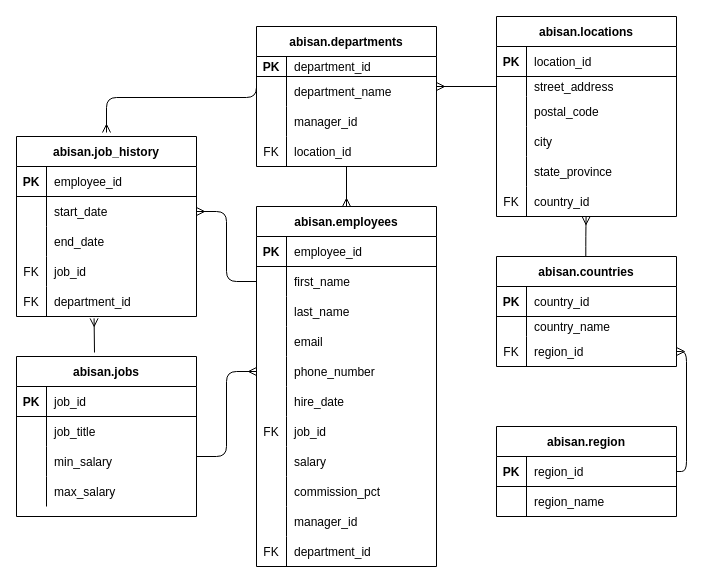
Before: Untitled Diagram.drawio in Abisan-AP/CreatingERDs, a draw.io diagram. Source tidied: cells renumbered, new cells numbered last; positions are measured from the earlier drawing's top-left corner, leaving out a move shared by most shapes. Both pictures are drawn from the tidied source at 100%, with x=0, y=0 at pixel (16, 16).
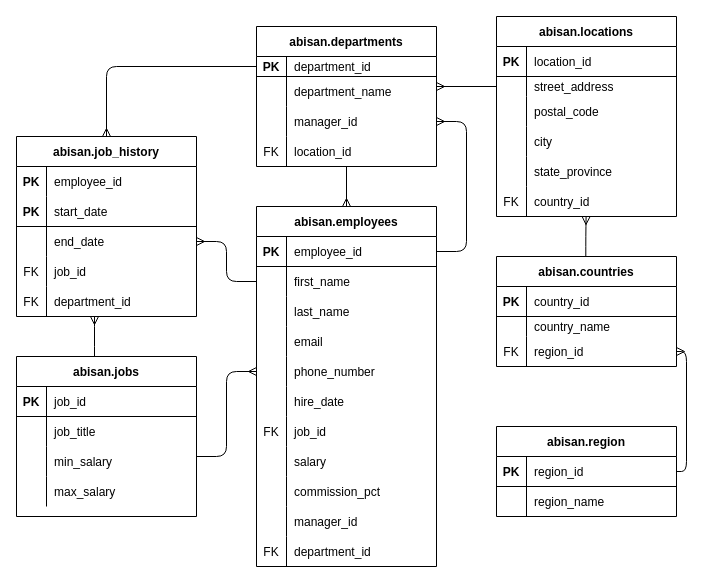
Above is the later version.

The change refers to these unchanged cells:
```xml
<mxCell id="9" value="abisan.departments" style="shape=table;startSize=30;childLayout=tableLayout;rowLines=0;fontStyle=1;align=center;" parent="1" vertex="1">
  <mxGeometry x="240" y="10" width="180" height="140" as="geometry" />
</mxCell>
<mxCell id="10" style="shape=partialRectangle;fillColor=none;top=0;left=0;bottom=1;right=0;points=[[0,0.5],[1,0.5]];portConstraint=eastwest;" parent="9" vertex="1">
  <mxGeometry y="30" width="180" height="20" as="geometry" />
</mxCell>
<mxCell id="16" style="shape=partialRectangle;fillColor=none;top=0;left=0;bottom=0;right=0;points=[[0,0.5],[1,0.5]];portConstraint=eastwest;" parent="9" vertex="1">
  <mxGeometry y="80" width="180" height="30" as="geometry" />
</mxCell>
<mxCell id="51" value="abisan.job_history" style="shape=table;startSize=30;childLayout=tableLayout;rowLines=0;fontStyle=1;align=center;" parent="1" vertex="1">
  <mxGeometry y="120" width="180" height="180" as="geometry" />
</mxCell>
<mxCell id="64" style="shape=partialRectangle;fillColor=none;top=0;left=0;bottom=0;right=0;points=[[0,0.5],[1,0.5]];portConstraint=eastwest;" parent="51" vertex="1">
  <mxGeometry y="150" width="180" height="30" as="geometry" />
</mxCell>
<mxCell id="81" style="shape=partialRectangle;fillColor=none;top=0;left=0;bottom=1;right=0;points=[[0,0.5],[1,0.5]];portConstraint=eastwest;" parent="80" vertex="1">
  <mxGeometry y="30" width="180" height="30" as="geometry" />
</mxCell>
<mxCell id="84" style="shape=partialRectangle;fillColor=none;top=0;left=0;bottom=0;right=0;points=[[0,0.5],[1,0.5]];portConstraint=eastwest;" parent="80" vertex="1">
  <mxGeometry y="60" width="180" height="30" as="geometry" />
</mxCell>
```

Change to the diagram source:
```diff
@@
-    <mxCell id="52" style="shape=partialRectangle;fillColor=none;top=0;left=0;bottom=1;right=0;" parent="51" vertex="1">
+    <mxCell id="52" style="shape=partialRectangle;fillColor=none;top=0;left=0;bottom=1;right=0;strokeColor=none;" parent="51" vertex="1">
       <mxGeometry y="30" width="180" height="30" as="geometry" />
     </mxCell>
@@
-    <mxCell id="55" style="shape=partialRectangle;fillColor=none;top=0;left=0;bottom=0;right=0;points=[[0,0.5],[1,0.5]];portConstraint=eastwest;" parent="51" vertex="1">
-      <mxGeometry y="60" width="180" height="30" as="geometry" />
-    </mxCell>
-    <mxCell id="56" style="shape=partialRectangle;fillColor=none;top=0;left=0;bottom=0;right=0;overflow=hidden;" parent="55" vertex="1">
-      <mxGeometry width="30" height="30" as="geometry" />
-    </mxCell>
+    <mxCell id="122" style="shape=partialRectangle;fillColor=none;top=0;left=0;bottom=1;right=0;" parent="51" vertex="1">
+      <mxGeometry y="60" width="180" height="30" as="geometry" />
+    </mxCell>
+    <mxCell id="123" value="PK" style="shape=partialRectangle;fillColor=none;top=0;left=0;bottom=0;right=0;fontStyle=1;overflow=hidden;" parent="122" vertex="1">
+      <mxGeometry width="30" height="30" as="geometry" />
+    </mxCell>
-    <mxCell id="57" value="start_date" style="shape=partialRectangle;fillColor=none;top=0;left=0;bottom=0;right=0;align=left;spacingLeft=6;overflow=hidden;" parent="55" vertex="1">
+    <mxCell id="57" value="start_date" style="shape=partialRectangle;fillColor=none;top=0;left=0;bottom=0;right=0;align=left;spacingLeft=6;fontStyle=0;overflow=hidden;" parent="122" vertex="1">
       <mxGeometry x="30" width="150" height="30" as="geometry" />
     </mxCell>
@@
-    <mxCell id="118" style="edgeStyle=elbowEdgeStyle;fontSize=12;html=1;endArrow=ERmany;exitX=0;exitY=0.25;exitDx=0;exitDy=0;elbow=vertical;" parent="1" edge="1" source="9">
-      <mxGeometry relative="1" as="geometry">
-        <mxPoint x="90" y="116" as="targetPoint" />
-      </mxGeometry>
+    <mxCell id="118" style="edgeStyle=orthogonalEdgeStyle;fontSize=12;html=1;endArrow=ERmany;exitX=0;exitY=0.5;exitDx=0;exitDy=0;elbow=vertical;entryX=0.5;entryY=0;entryDx=0;entryDy=0;" parent="1" edge="1" source="10" target="51">
+      <mxGeometry relative="1" as="geometry" />
     </mxCell>
-    <mxCell id="119" style="edgeStyle=entityRelationEdgeStyle;fontSize=12;html=1;endArrow=ERmany;exitX=0;exitY=0.5;exitDx=0;exitDy=0;entryX=1;entryY=0.5;entryDx=0;entryDy=0;" parent="1" edge="1" source="84" target="55">
-      <mxGeometry relative="1" as="geometry" />
+    <mxCell id="119" style="fontSize=12;html=1;endArrow=ERmany;edgeStyle=elbowEdgeStyle;" parent="1" edge="1">
+      <mxGeometry relative="1" as="geometry">
+        <mxPoint x="240" y="265" as="sourcePoint" />
+        <mxPoint x="180" y="225" as="targetPoint" />
+      </mxGeometry>
     </mxCell>
-    <mxCell id="120" style="fontSize=12;html=1;endArrow=ERmany;entryX=0.431;entryY=1.062;entryDx=0;entryDy=0;entryPerimeter=0;" parent="1" edge="1" target="64">
+    <mxCell id="120" style="fontSize=12;html=1;endArrow=ERmany;" parent="1" edge="1">
       <mxGeometry relative="1" as="geometry">
-        <mxPoint x="78" y="336" as="sourcePoint" />
+        <mxPoint x="78" y="340" as="sourcePoint" />
+        <mxPoint x="78" y="300" as="targetPoint" />
+        <Array as="points">
+          <mxPoint x="78" y="320" />
+        </Array>
       </mxGeometry>
     </mxCell>
@@
+    <mxCell id="124" style="edgeStyle=entityRelationEdgeStyle;fontSize=12;html=1;endArrow=ERmany;entryX=1;entryY=0.5;entryDx=0;entryDy=0;exitX=1;exitY=0.5;exitDx=0;exitDy=0;" parent="1" edge="1" source="81" target="16">
+      <mxGeometry relative="1" as="geometry" />
+    </mxCell>
```
